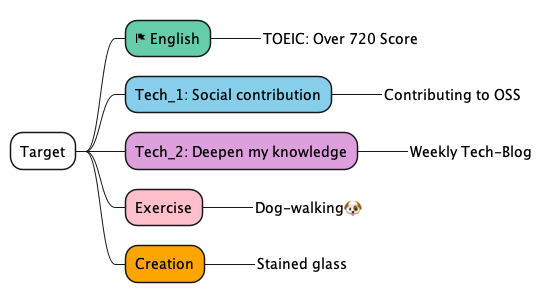
Before: test.png, a diagram exported from PlantUML (Ishizuka427/MindMap).
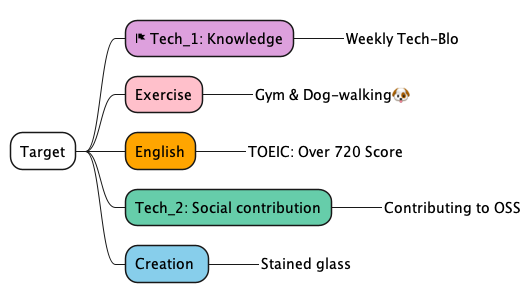
After the change.

Change to the diagram source:
```diff
@@ -1,13 +1,13 @@
 @startmindmap
 *[#white] Target
-**[#mediumaquamarine] <&flag> English
+**[#plum] <&flag> Tech_1: Knowledge
+***_ Weekly Tech-Blo
+**[#pink] Exercise
+***_ Gym & Dog-walking🐶
+**[#orange] English
 ***_ TOEIC: Over 720 Score
-**[#skyblue] Tech_1: Social contribution
+**[#mediumaquamarine] Tech_2: Social contribution
 ***_ Contributing to OSS
-**[#plum] Tech_2: Deepen my knowledge
-***_ Weekly Tech-Blog
-**[#pink] Exercise
-***_ Dog-walking🐶
-**[#orange] Creation
+**[#skyblue] Creation
 ***_ Stained glass
 @endmindmap
```
